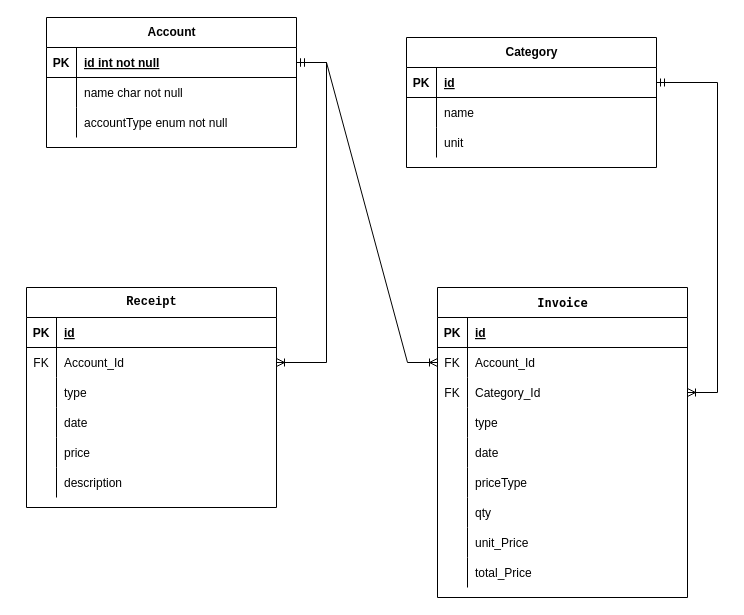
This is doc/ebda3_edr.drawio from Ala-Alsanea/ala_alsanea_ebda3soft_demo, a draw.io file, before an edit. Source tidied: cells renumbered, new cells numbered last; positions are measured from the earlier drawing's top-left corner, leaving out a move shared by most shapes. Both pictures are drawn from the tidied source at 100%, with x=0, y=0 at pixel (26, 17).
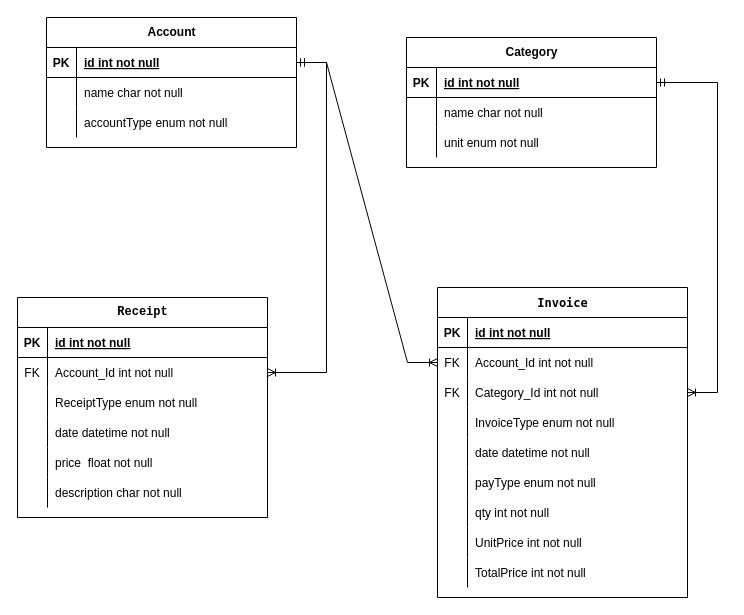
Above is the later version.

The change refers to these unchanged cells:
```xml
<mxCell id="3" style="shape=partialRectangle;fillColor=none;points=[[0,0.5],[1,0.5]];portConstraint=eastwest;top=0;left=0;right=0;bottom=1;" parent="2" vertex="1">
  <mxGeometry y="30" width="250" height="30" as="geometry" />
</mxCell>
<mxCell id="6" style="shape=partialRectangle;fillColor=none;top=0;left=0;right=0;bottom=0;" parent="2" vertex="1">
  <mxGeometry y="60" width="250" height="30" as="geometry" />
</mxCell>
<mxCell id="9" style="shape=partialRectangle;fillColor=none;top=0;left=0;right=0;bottom=0;" parent="2" vertex="1">
  <mxGeometry y="90" width="250" height="30" as="geometry" />
</mxCell>
<mxCell id="13" style="shape=partialRectangle;fillColor=none;top=0;left=0;right=0;bottom=1;" parent="12" vertex="1">
  <mxGeometry y="30" width="250" height="30" as="geometry" />
</mxCell>
<mxCell id="16" style="shape=partialRectangle;fillColor=none;points=[[0,0.5],[1,0.5]];portConstraint=eastwest;top=0;left=0;right=0;bottom=0;" parent="12" vertex="1">
  <mxGeometry y="60" width="250" height="30" as="geometry" />
</mxCell>
<mxCell id="19" style="shape=partialRectangle;fillColor=none;top=0;left=0;right=0;bottom=0;" parent="12" vertex="1">
  <mxGeometry y="90" width="250" height="30" as="geometry" />
</mxCell>
<mxCell id="22" style="shape=partialRectangle;fillColor=none;top=0;left=0;right=0;bottom=0;" parent="12" vertex="1">
  <mxGeometry y="120" width="250" height="30" as="geometry" />
</mxCell>
<mxCell id="25" style="shape=partialRectangle;fillColor=none;top=0;left=0;right=0;bottom=0;" parent="12" vertex="1">
  <mxGeometry y="150" width="250" height="30" as="geometry" />
</mxCell>
<mxCell id="28" style="shape=partialRectangle;fillColor=none;top=0;left=0;right=0;bottom=0;" parent="12" vertex="1">
  <mxGeometry y="180" width="250" height="30" as="geometry" />
</mxCell>
<mxCell id="42" style="shape=partialRectangle;fillColor=none;top=0;left=0;right=0;bottom=1;" parent="41" vertex="1">
  <mxGeometry y="30" width="250" height="30" as="geometry" />
</mxCell>
<mxCell id="45" style="shape=partialRectangle;fillColor=none;points=[[0,0.5],[1,0.5]];portConstraint=eastwest;top=0;left=0;right=0;bottom=0;" parent="41" vertex="1">
  <mxGeometry y="60" width="250" height="30" as="geometry" />
</mxCell>
<mxCell id="48" style="shape=partialRectangle;fillColor=none;points=[[0,0.5],[1,0.5]];portConstraint=eastwest;top=0;left=0;right=0;bottom=0;" parent="41" vertex="1">
  <mxGeometry y="90" width="250" height="30" as="geometry" />
</mxCell>
<mxCell id="51" style="shape=partialRectangle;fillColor=none;top=0;left=0;right=0;bottom=0;" parent="41" vertex="1">
  <mxGeometry y="120" width="250" height="30" as="geometry" />
</mxCell>
<mxCell id="54" style="shape=partialRectangle;fillColor=none;top=0;left=0;right=0;bottom=0;" parent="41" vertex="1">
  <mxGeometry y="150" width="250" height="30" as="geometry" />
</mxCell>
<mxCell id="57" style="shape=partialRectangle;fillColor=none;top=0;left=0;right=0;bottom=0;" parent="41" vertex="1">
  <mxGeometry y="180" width="250" height="30" as="geometry" />
</mxCell>
<mxCell id="60" style="shape=partialRectangle;fillColor=none;top=0;left=0;right=0;bottom=0;" parent="41" vertex="1">
  <mxGeometry y="210" width="250" height="30" as="geometry" />
</mxCell>
<mxCell id="63" style="shape=partialRectangle;fillColor=none;top=0;left=0;right=0;bottom=0;" parent="41" vertex="1">
  <mxGeometry y="240" width="250" height="30" as="geometry" />
</mxCell>
<mxCell id="66" style="shape=partialRectangle;fillColor=none;top=0;left=0;right=0;bottom=0;" parent="41" vertex="1">
  <mxGeometry y="270" width="250" height="30" as="geometry" />
</mxCell>
```

What changed in the source:
```diff
@@
-    <mxCell id="5" value="id" style="shape=partialRectangle;overflow=hidden;fillColor=none;top=0;left=0;bottom=0;right=0;align=left;spacingLeft=6;fontStyle=5;" parent="3" vertex="1">
+    <mxCell id="5" value="id int not null" style="shape=partialRectangle;overflow=hidden;fillColor=none;top=0;left=0;bottom=0;right=0;align=left;spacingLeft=6;fontStyle=5;" parent="3" vertex="1">
       <mxGeometry x="30" width="220" height="30" as="geometry" />
     </mxCell>
@@
-    <mxCell id="8" value="name" style="shape=partialRectangle;overflow=hidden;fillColor=none;top=0;left=0;bottom=0;right=0;align=left;spacingLeft=6;" parent="6" vertex="1">
+    <mxCell id="8" value="name char not null" style="shape=partialRectangle;overflow=hidden;fillColor=none;top=0;left=0;bottom=0;right=0;align=left;spacingLeft=6;" parent="6" vertex="1">
       <mxGeometry x="30" width="220" height="30" as="geometry" />
     </mxCell>
@@
-    <mxCell id="11" value="unit" style="shape=partialRectangle;overflow=hidden;fillColor=none;top=0;left=0;bottom=0;right=0;align=left;spacingLeft=6;" parent="9" vertex="1">
+    <mxCell id="11" value="unit enum not null" style="shape=partialRectangle;overflow=hidden;fillColor=none;top=0;left=0;bottom=0;right=0;align=left;spacingLeft=6;" parent="9" vertex="1">
       <mxGeometry x="30" width="220" height="30" as="geometry" />
     </mxCell>
     <mxCell id="12" value="&lt;pre&gt;Receipt&lt;/pre&gt;" style="shape=table;startSize=30;childLayout=tableLayout;rowLines=0;fontStyle=1;align=center;html=1;" parent="1" vertex="1">
-      <mxGeometry y="270" width="250" height="220" as="geometry" />
+      <mxGeometry x="-9" y="280" width="250" height="220" as="geometry" />
     </mxCell>
@@
-    <mxCell id="15" value="id" style="shape=partialRectangle;overflow=hidden;fillColor=none;top=0;left=0;bottom=0;right=0;align=left;spacingLeft=6;fontStyle=5;" parent="13" vertex="1">
+    <mxCell id="15" value="id int not null" style="shape=partialRectangle;overflow=hidden;fillColor=none;top=0;left=0;bottom=0;right=0;align=left;spacingLeft=6;fontStyle=5;" parent="13" vertex="1">
       <mxGeometry x="30" width="220" height="30" as="geometry" />
     </mxCell>
@@
-    <mxCell id="18" value="Account_Id" style="shape=partialRectangle;overflow=hidden;fillColor=none;top=0;left=0;bottom=0;right=0;align=left;spacingLeft=6;" parent="16" vertex="1">
+    <mxCell id="18" value="Account_Id int not null" style="shape=partialRectangle;overflow=hidden;fillColor=none;top=0;left=0;bottom=0;right=0;align=left;spacingLeft=6;" parent="16" vertex="1">
       <mxGeometry x="30" width="220" height="30" as="geometry" />
     </mxCell>
@@
-    <mxCell id="21" value="type" style="shape=partialRectangle;overflow=hidden;fillColor=none;top=0;left=0;bottom=0;right=0;align=left;spacingLeft=6;" parent="19" vertex="1">
+    <mxCell id="21" value="ReceiptType enum not null" style="shape=partialRectangle;overflow=hidden;fillColor=none;top=0;left=0;bottom=0;right=0;align=left;spacingLeft=6;" parent="19" vertex="1">
       <mxGeometry x="30" width="220" height="30" as="geometry" />
     </mxCell>
@@
-    <mxCell id="24" value="date" style="shape=partialRectangle;overflow=hidden;fillColor=none;top=0;left=0;bottom=0;right=0;align=left;spacingLeft=6;" parent="22" vertex="1">
+    <mxCell id="24" value="date datetime not null" style="shape=partialRectangle;overflow=hidden;fillColor=none;top=0;left=0;bottom=0;right=0;align=left;spacingLeft=6;" parent="22" vertex="1">
       <mxGeometry x="30" width="220" height="30" as="geometry" />
     </mxCell>
@@
-    <mxCell id="27" value="price" style="shape=partialRectangle;overflow=hidden;fillColor=none;top=0;left=0;bottom=0;right=0;align=left;spacingLeft=6;" parent="25" vertex="1">
+    <mxCell id="27" value="price  float not null " style="shape=partialRectangle;overflow=hidden;fillColor=none;top=0;left=0;bottom=0;right=0;align=left;spacingLeft=6;" parent="25" vertex="1">
       <mxGeometry x="30" width="220" height="30" as="geometry" />
     </mxCell>
@@
-    <mxCell id="30" value="description" style="shape=partialRectangle;overflow=hidden;fillColor=none;top=0;left=0;bottom=0;right=0;align=left;spacingLeft=6;" parent="28" vertex="1">
+    <mxCell id="30" value="description char not null" style="shape=partialRectangle;overflow=hidden;fillColor=none;top=0;left=0;bottom=0;right=0;align=left;spacingLeft=6;" parent="28" vertex="1">
       <mxGeometry x="30" width="220" height="30" as="geometry" />
     </mxCell>
@@
-    <mxCell id="44" value="id" style="shape=partialRectangle;overflow=hidden;fillColor=none;top=0;left=0;bottom=0;right=0;align=left;spacingLeft=6;fontStyle=5;" parent="42" vertex="1">
+    <mxCell id="44" value="id int not null" style="shape=partialRectangle;overflow=hidden;fillColor=none;top=0;left=0;bottom=0;right=0;align=left;spacingLeft=6;fontStyle=5;" parent="42" vertex="1">
       <mxGeometry x="30" width="220" height="30" as="geometry" />
     </mxCell>
@@
-    <mxCell id="47" value="Account_Id" style="shape=partialRectangle;overflow=hidden;fillColor=none;top=0;left=0;bottom=0;right=0;align=left;spacingLeft=6;" parent="45" vertex="1">
+    <mxCell id="47" value="Account_Id int not null" style="shape=partialRectangle;overflow=hidden;fillColor=none;top=0;left=0;bottom=0;right=0;align=left;spacingLeft=6;" parent="45" vertex="1">
       <mxGeometry x="30" width="220" height="30" as="geometry" />
     </mxCell>
@@
-    <mxCell id="50" value="Category_Id" style="shape=partialRectangle;overflow=hidden;fillColor=none;top=0;left=0;bottom=0;right=0;align=left;spacingLeft=6;" parent="48" vertex="1">
+    <mxCell id="50" value="Category_Id int not null" style="shape=partialRectangle;overflow=hidden;fillColor=none;top=0;left=0;bottom=0;right=0;align=left;spacingLeft=6;" parent="48" vertex="1">
       <mxGeometry x="30" width="220" height="30" as="geometry" />
     </mxCell>
@@
-    <mxCell id="53" value="type" style="shape=partialRectangle;overflow=hidden;fillColor=none;top=0;left=0;bottom=0;right=0;align=left;spacingLeft=6;" parent="51" vertex="1">
+    <mxCell id="53" value="InvoiceType enum not null" style="shape=partialRectangle;overflow=hidden;fillColor=none;top=0;left=0;bottom=0;right=0;align=left;spacingLeft=6;" parent="51" vertex="1">
       <mxGeometry x="30" width="220" height="30" as="geometry" />
     </mxCell>
@@
-    <mxCell id="56" value="date" style="shape=partialRectangle;overflow=hidden;fillColor=none;top=0;left=0;bottom=0;right=0;align=left;spacingLeft=6;" parent="54" vertex="1">
+    <mxCell id="56" value="date datetime not null" style="shape=partialRectangle;overflow=hidden;fillColor=none;top=0;left=0;bottom=0;right=0;align=left;spacingLeft=6;" parent="54" vertex="1">
       <mxGeometry x="30" width="220" height="30" as="geometry" />
     </mxCell>
@@
-    <mxCell id="59" value="priceType" style="shape=partialRectangle;overflow=hidden;fillColor=none;top=0;left=0;bottom=0;right=0;align=left;spacingLeft=6;" parent="57" vertex="1">
+    <mxCell id="59" value="payType enum not null" style="shape=partialRectangle;overflow=hidden;fillColor=none;top=0;left=0;bottom=0;right=0;align=left;spacingLeft=6;" parent="57" vertex="1">
       <mxGeometry x="30" width="220" height="30" as="geometry" />
     </mxCell>
@@
-    <mxCell id="62" value="qty" style="shape=partialRectangle;overflow=hidden;fillColor=none;top=0;left=0;bottom=0;right=0;align=left;spacingLeft=6;" parent="60" vertex="1">
+    <mxCell id="62" value="qty int not null" style="shape=partialRectangle;overflow=hidden;fillColor=none;top=0;left=0;bottom=0;right=0;align=left;spacingLeft=6;" parent="60" vertex="1">
       <mxGeometry x="30" width="220" height="30" as="geometry" />
     </mxCell>
@@
-    <mxCell id="65" value="unit_Price" style="shape=partialRectangle;overflow=hidden;fillColor=none;top=0;left=0;bottom=0;right=0;align=left;spacingLeft=6;" parent="63" vertex="1">
+    <mxCell id="65" value="UnitPrice int not null" style="shape=partialRectangle;overflow=hidden;fillColor=none;top=0;left=0;bottom=0;right=0;align=left;spacingLeft=6;" parent="63" vertex="1">
       <mxGeometry x="30" width="220" height="30" as="geometry" />
     </mxCell>
@@
-    <mxCell id="68" value="total_Price" style="shape=partialRectangle;overflow=hidden;fillColor=none;top=0;left=0;bottom=0;right=0;align=left;spacingLeft=6;" parent="66" vertex="1">
+    <mxCell id="68" value="TotalPrice int not null" style="shape=partialRectangle;overflow=hidden;fillColor=none;top=0;left=0;bottom=0;right=0;align=left;spacingLeft=6;" parent="66" vertex="1">
       <mxGeometry x="30" width="220" height="30" as="geometry" />
     </mxCell>
```
